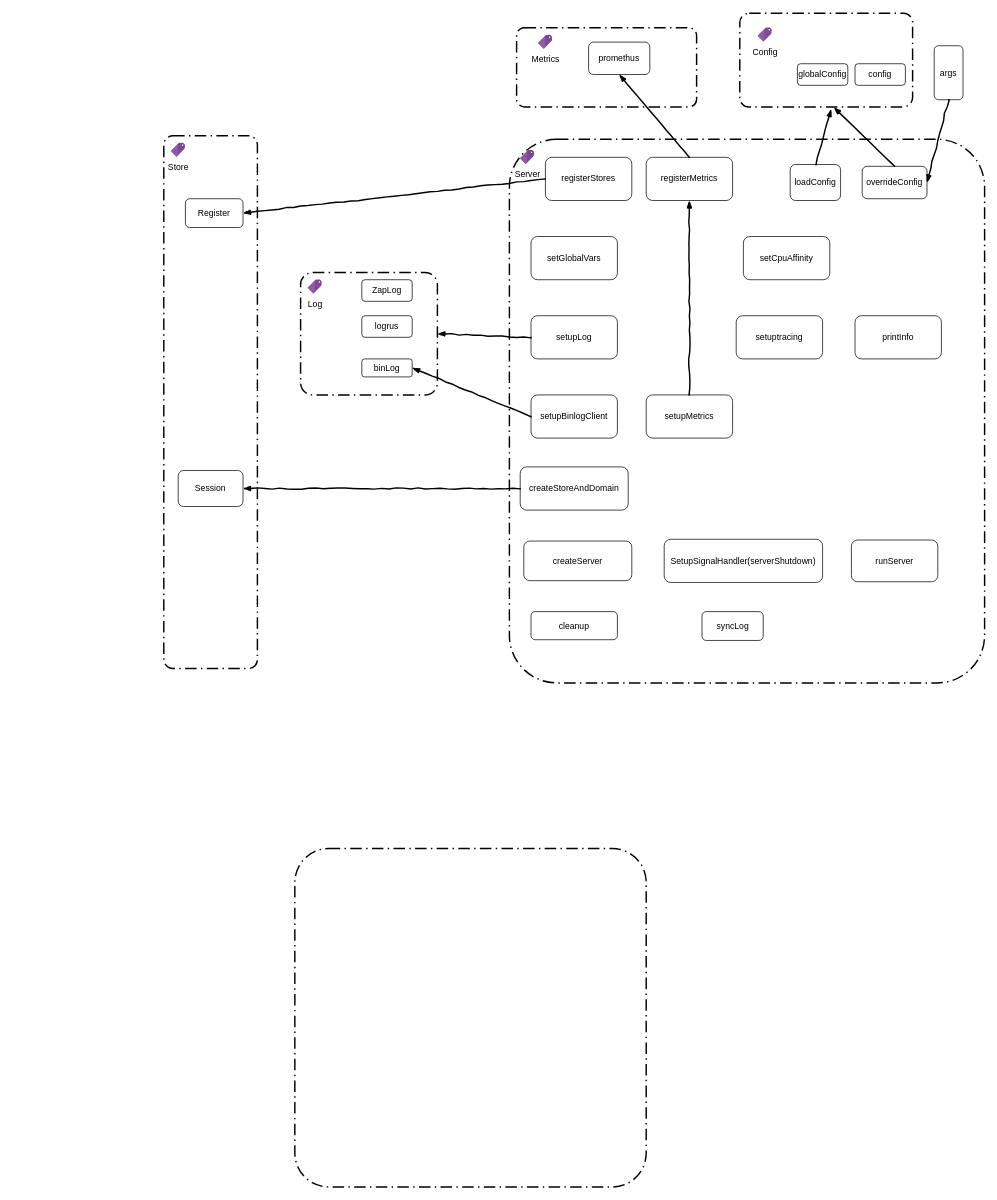
ReigenAraka/images keeps this draw.io diagram as tidb-structure.drawio. Above is the earlier version. Source tidied: cells renumbered, new cells numbered last; positions are measured from the earlier drawing's top-left corner, leaving out a move shared by most shapes. Both pictures are drawn from the tidied source at 72%, with x=0, y=0 at pixel (163, 13).
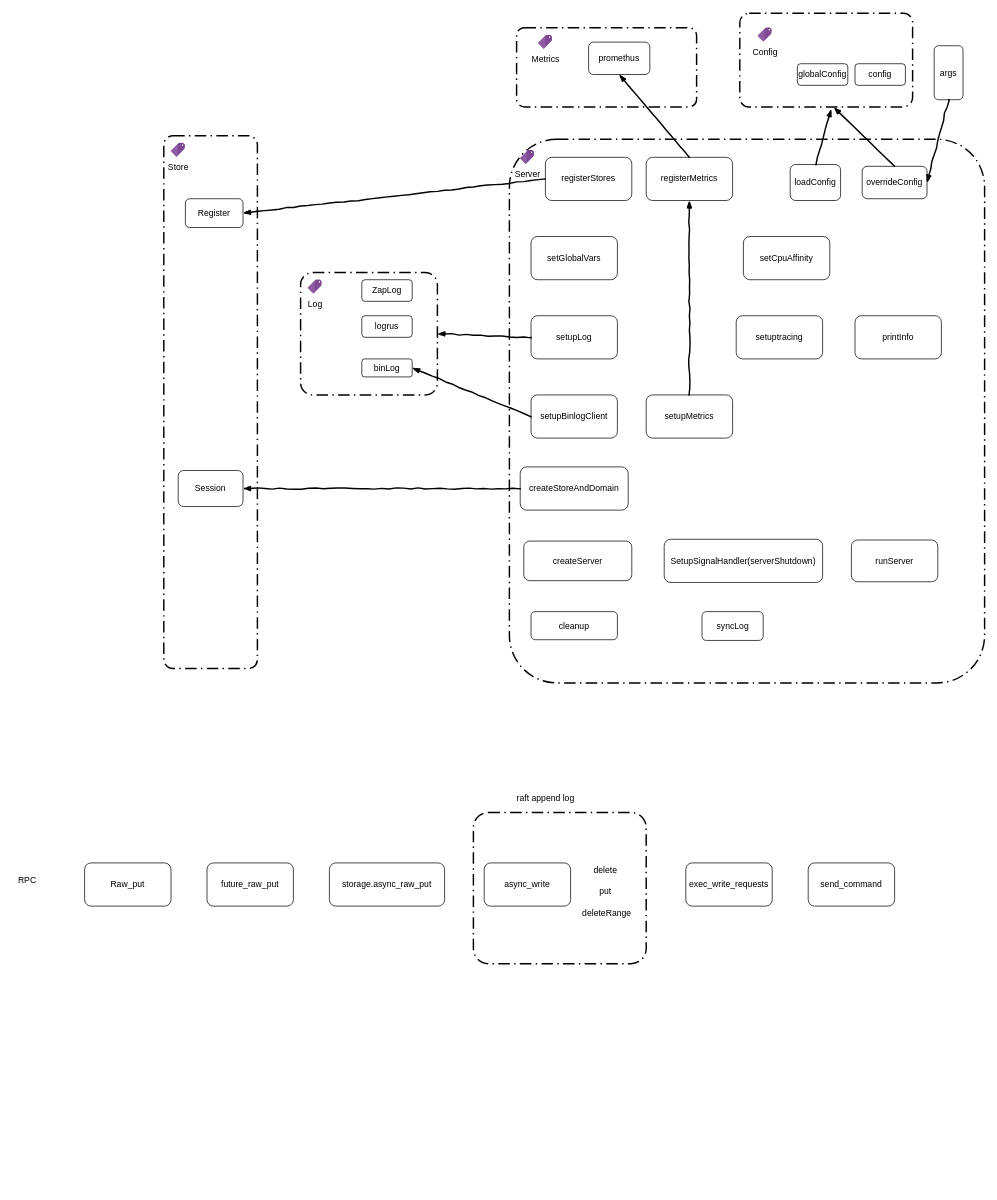
The same diagram, later.

The edit, as a diff of the source:
```diff
@@
-    <mxCell id="47" style="rounded=1;arcSize=10;dashed=1;fillColor=none;gradientColor=none;dashPattern=8 3 1 3;strokeWidth=2;" parent="1" vertex="1">
-      <mxGeometry x="182" y="1160" width="488" height="470" as="geometry" />
-    </mxCell>
+    <mxCell id="48" value="Raw_put" style="rounded=1;whiteSpace=wrap;html=1;" parent="1" vertex="1">
+      <mxGeometry x="-110" y="1180" width="120" height="60" as="geometry" />
+    </mxCell>
+    <mxCell id="49" value="RPC" style="text;html=1;align=center;verticalAlign=middle;" parent="1" vertex="1">
+      <mxGeometry x="-210" y="1195" width="40" height="20" as="geometry" />
+    </mxCell>
+    <mxCell id="50" value="storage.async_raw_put" style="rounded=1;whiteSpace=wrap;html=1;" parent="1" vertex="1">
+      <mxGeometry x="230" y="1180" width="160" height="60" as="geometry" />
+    </mxCell>
+    <mxCell id="51" value="future_raw_put" style="rounded=1;whiteSpace=wrap;html=1;" parent="1" vertex="1">
+      <mxGeometry x="60" y="1180" width="120" height="60" as="geometry" />
+    </mxCell>
+    <mxCell id="52" value="async_write" style="rounded=1;whiteSpace=wrap;html=1;" parent="1" vertex="1">
+      <mxGeometry x="445" y="1180" width="120" height="60" as="geometry" />
+    </mxCell>
+    <mxCell id="53" value="delete" style="text;html=1;align=center;verticalAlign=middle;" parent="1" vertex="1">
+      <mxGeometry x="587.5" y="1180" width="50" height="20" as="geometry" />
+    </mxCell>
+    <mxCell id="54" value="put" style="text;html=1;align=center;verticalAlign=middle;" parent="1" vertex="1">
+      <mxGeometry x="597.5" y="1210" width="30" height="20" as="geometry" />
+    </mxCell>
+    <mxCell id="55" value="deleteRange" style="text;html=1;align=center;verticalAlign=middle;" parent="1" vertex="1">
+      <mxGeometry x="575" y="1240" width="80" height="20" as="geometry" />
+    </mxCell>
+    <mxCell id="56" value="exec_write_requests" style="rounded=1;whiteSpace=wrap;html=1;" parent="1" vertex="1">
+      <mxGeometry x="725" y="1180" width="120" height="60" as="geometry" />
+    </mxCell>
+    <mxCell id="57" value="send_command" style="rounded=1;whiteSpace=wrap;html=1;" parent="1" vertex="1">
+      <mxGeometry x="895" y="1180" width="120" height="60" as="geometry" />
+    </mxCell>
+    <mxCell id="58" style="rounded=1;arcSize=10;dashed=1;fillColor=none;gradientColor=none;dashPattern=8 3 1 3;strokeWidth=2;" parent="1" vertex="1">
+      <mxGeometry x="430" y="1110" width="240" height="210" as="geometry" />
+    </mxCell>
+    <mxCell id="59" value="raft append log" style="text;html=1;align=center;verticalAlign=middle;" parent="1" vertex="1">
+      <mxGeometry x="480" y="1080" width="100" height="20" as="geometry" />
+    </mxCell>
```
